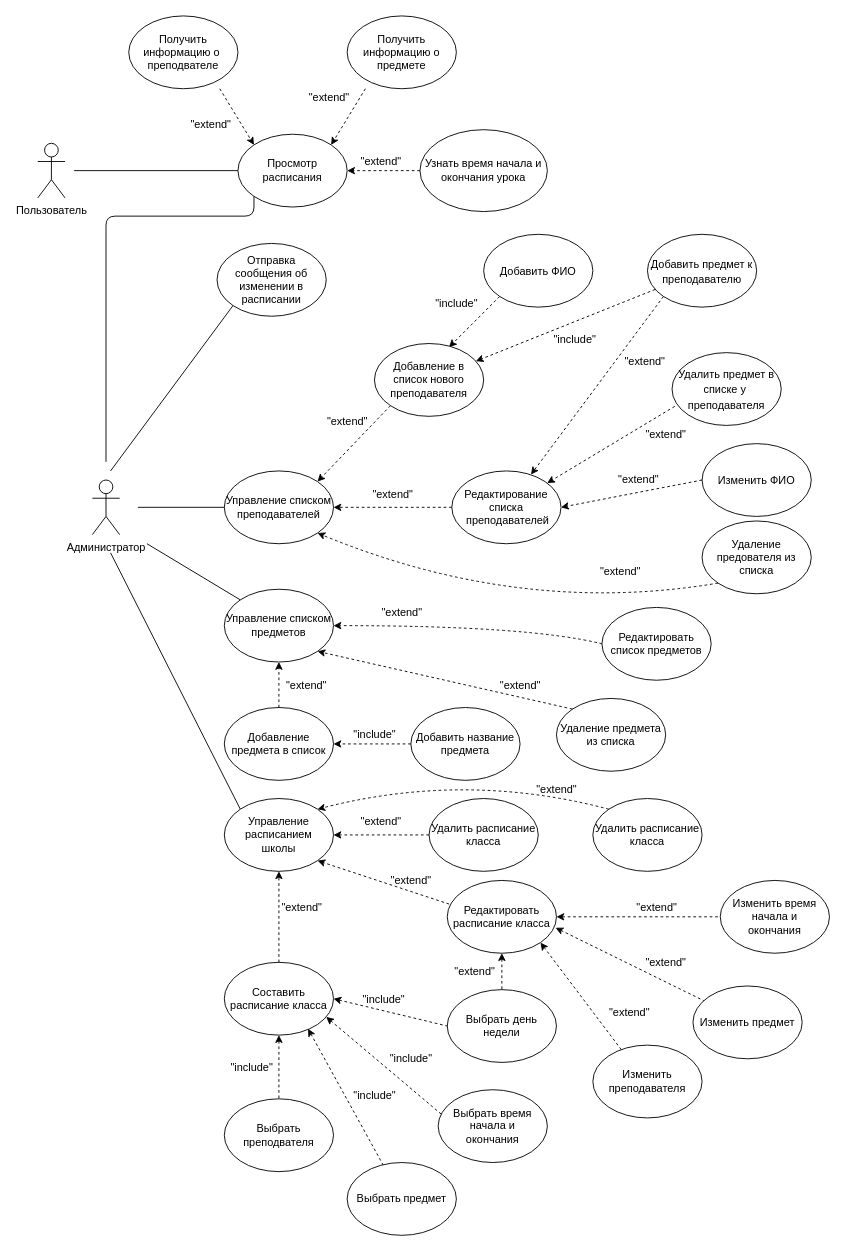
D-Black-N/TRPS keeps this draw.io diagram as диаграмма_вариантов_использования.drawio. Above is the earlier version. Source tidied: cells renumbered, new cells numbered last; positions are measured from the earlier drawing's top-left corner, leaving out a move shared by most shapes. Both pictures are drawn from the tidied source at 91%, with x=0, y=0 at pixel (37, 15).
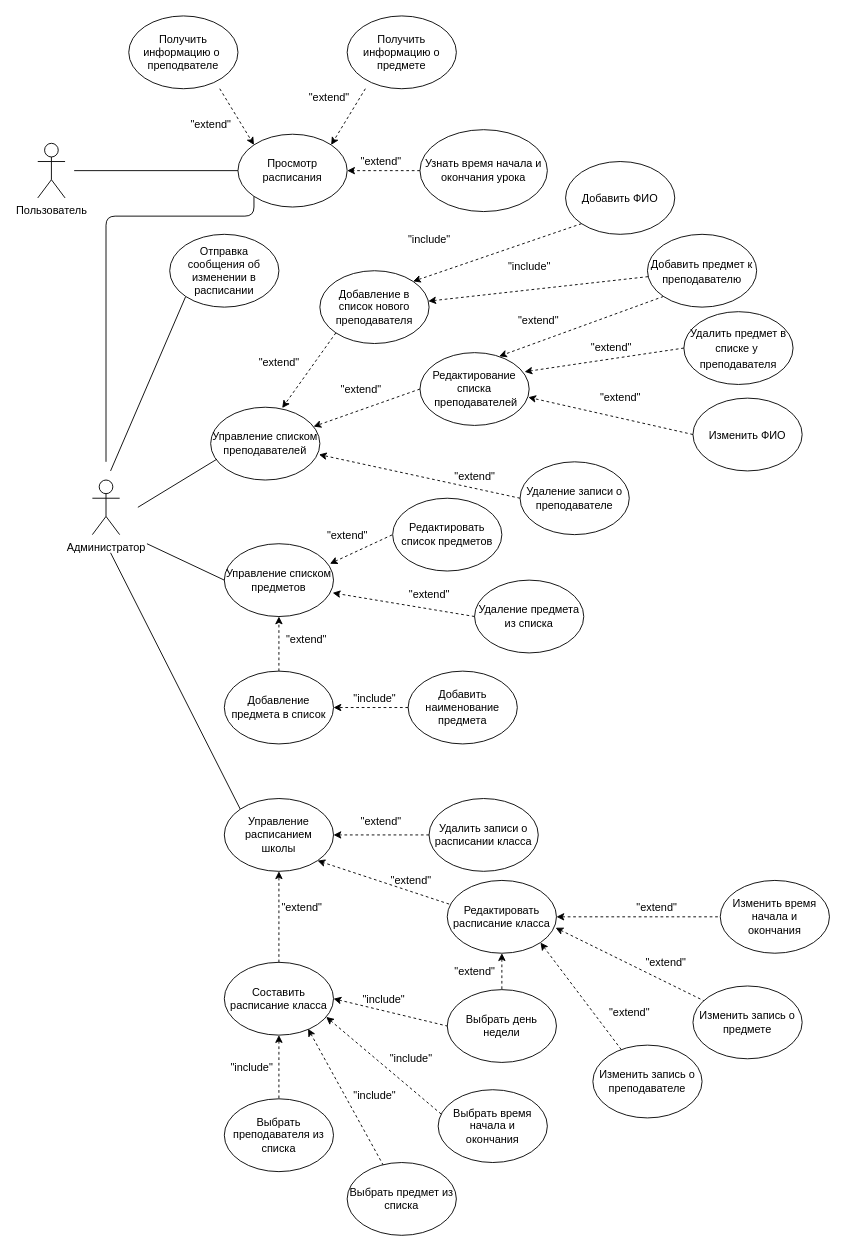
The same page after the edit.

Unchanged cells that the change refers to:
```xml
<mxCell id="59" value="Управление расписанием &lt;br&gt;школы" style="ellipse;whiteSpace=wrap;html=1;fontFamily=Helvetica;fontSize=12;strokeWidth=1;" parent="1" vertex="1">
  <mxGeometry x="205" y="860" width="120" height="80" as="geometry" />
</mxCell>
```

The edit, as a diff of the source:
```diff
@@
     <mxCell id="13" value="Отправка сообщения об изменении в расписании" style="ellipse;whiteSpace=wrap;html=1;strokeWidth=1;" parent="1" vertex="1">
-      <mxGeometry x="197" y="250" width="120" height="80" as="geometry" />
+      <mxGeometry x="145" y="240" width="120" height="80" as="geometry" />
     </mxCell>
     <mxCell id="14" value="&lt;font face=&quot;Helvetica&quot;&gt;Управление списком преподавателей&lt;/font&gt;" style="ellipse;whiteSpace=wrap;html=1;fontFamily=Times New Roman;strokeWidth=1;" parent="1" vertex="1">
-      <mxGeometry x="205" y="500" width="120" height="80" as="geometry" />
+      <mxGeometry x="190" y="430" width="120" height="80" as="geometry" />
     </mxCell>
-    <mxCell id="15" style="endArrow=none;html=1;rounded=0;fontFamily=Times New Roman;strokeWidth=1;entryX=0;entryY=0.5;entryDx=0;entryDy=0;" parent="1" edge="1" target="14">
+    <mxCell id="15" style="endArrow=none;html=1;rounded=0;fontFamily=Times New Roman;strokeWidth=1;entryX=0.058;entryY=0.713;entryDx=0;entryDy=0;entryPerimeter=0;" parent="1" edge="1" target="14">
       <mxGeometry relative="1" as="geometry">
         <mxPoint x="110" y="540" as="sourcePoint" />
       </mxGeometry>
     </mxCell>
     <mxCell id="16" value="&lt;font style=&quot;font-size: 12px&quot;&gt;Добавить ФИО&lt;/font&gt;" style="ellipse;whiteSpace=wrap;html=1;fontFamily=Helvetica;fontSize=14;strokeWidth=1;" parent="1" vertex="1">
-      <mxGeometry x="490" y="240" width="120" height="80" as="geometry" />
+      <mxGeometry x="580" y="160" width="120" height="80" as="geometry" />
     </mxCell>
@@
-    <mxCell id="18" style="endArrow=classic;html=1;rounded=0;fontFamily=Helvetica;fontSize=12;strokeWidth=1;entryX=0.683;entryY=0.05;entryDx=0;entryDy=0;dashed=1;exitX=0;exitY=1;exitDx=0;exitDy=0;entryPerimeter=0;" parent="1" edge="1" source="16" target="37">
+    <mxCell id="18" style="endArrow=classic;html=1;rounded=0;fontFamily=Helvetica;fontSize=12;strokeWidth=1;entryX=1;entryY=0;entryDx=0;entryDy=0;dashed=1;exitX=0;exitY=1;exitDx=0;exitDy=0;" parent="1" edge="1" source="16" target="37">
       <mxGeometry relative="1" as="geometry" />
     </mxCell>
@@
     <mxCell id="20" value="&lt;h3&gt;&lt;font style=&quot;font-weight: normal ; font-size: 12px&quot;&gt;&quot;include&quot;&lt;/font&gt;&lt;/h3&gt;" style="text;html=1;align=center;verticalAlign=middle;strokeColor=none;fillColor=none;rotation=0;strokeWidth=1;" parent="1" vertex="1">
-      <mxGeometry x="430" y="290" width="60" height="50" as="geometry" />
+      <mxGeometry x="400" y="220" width="60" height="50" as="geometry" />
     </mxCell>
     <mxCell id="21" value="&lt;h3&gt;&lt;font style=&quot;font-weight: normal ; font-size: 12px&quot;&gt;&quot;extend&quot;&lt;/font&gt;&lt;/h3&gt;" style="text;html=1;align=center;verticalAlign=middle;strokeColor=none;fillColor=none;rotation=0;strokeWidth=1;" parent="1" vertex="1">
-      <mxGeometry x="360" y="500" width="60" height="50" as="geometry" />
+      <mxGeometry x="325" y="385" width="60" height="50" as="geometry" />
     </mxCell>
     <mxCell id="22" value="Управление списком предметов" style="ellipse;whiteSpace=wrap;html=1;fontFamily=Helvetica;fontSize=12;strokeWidth=1;" parent="1" vertex="1">
-      <mxGeometry x="205" y="630" width="120" height="80" as="geometry" />
+      <mxGeometry x="205" y="580" width="120" height="80" as="geometry" />
     </mxCell>
@@
     <mxCell id="24" value="Добавление предмета в список" style="ellipse;whiteSpace=wrap;html=1;fontFamily=Helvetica;fontSize=12;strokeWidth=1;" parent="1" vertex="1">
-      <mxGeometry x="205" y="760" width="120" height="80" as="geometry" />
+      <mxGeometry x="205" y="720" width="120" height="80" as="geometry" />
     </mxCell>
     <mxCell id="25" value="&lt;h3&gt;&lt;font style=&quot;font-weight: normal ; font-size: 12px&quot;&gt;&quot;extend&quot;&lt;/font&gt;&lt;/h3&gt;" style="text;html=1;align=center;verticalAlign=middle;strokeColor=none;fillColor=none;rotation=0;strokeWidth=1;" parent="1" vertex="1">
-      <mxGeometry x="265" y="710" width="60" height="50" as="geometry" />
+      <mxGeometry x="265" y="660" width="60" height="50" as="geometry" />
     </mxCell>
     <mxCell id="26" value="Редактирование списка&lt;br&gt;&amp;nbsp;преподавателей" style="ellipse;whiteSpace=wrap;html=1;fontFamily=Helvetica;fontSize=12;strokeWidth=1;" parent="1" vertex="1">
-      <mxGeometry x="455" y="500" width="120" height="80" as="geometry" />
+      <mxGeometry x="420" y="370" width="120" height="80" as="geometry" />
     </mxCell>
-    <mxCell id="27" value="Удаление предователя из списка" style="ellipse;whiteSpace=wrap;html=1;fontFamily=Helvetica;fontSize=12;strokeWidth=1;" parent="1" vertex="1">
-      <mxGeometry x="730" y="555" width="120" height="80" as="geometry" />
+    <mxCell id="27" value="Удаление записи о преподавателе" style="ellipse;whiteSpace=wrap;html=1;fontFamily=Helvetica;fontSize=12;strokeWidth=1;" parent="1" vertex="1">
+      <mxGeometry x="530" y="490" width="120" height="80" as="geometry" />
     </mxCell>
-    <mxCell id="28" style="endArrow=classic;html=1;rounded=0;fontFamily=Helvetica;fontSize=12;strokeWidth=1;entryX=1;entryY=0.5;entryDx=0;entryDy=0;exitX=0;exitY=0.5;exitDx=0;exitDy=0;endFill=1;dashed=1;" parent="1" edge="1" source="26" target="14">
+    <mxCell id="28" style="endArrow=classic;html=1;rounded=0;fontFamily=Helvetica;fontSize=12;strokeWidth=1;exitX=0;exitY=0.5;exitDx=0;exitDy=0;endFill=1;dashed=1;" parent="1" edge="1" source="26" target="14">
       <mxGeometry relative="1" as="geometry" />
     </mxCell>
-    <mxCell id="29" style="endArrow=classic;html=1;fontFamily=Helvetica;fontSize=12;strokeWidth=1;entryX=1;entryY=1;entryDx=0;entryDy=0;exitX=0;exitY=1;exitDx=0;exitDy=0;dashed=1;curved=1;" parent="1" edge="1" source="27" target="14">
-      <mxGeometry relative="1" as="geometry">
-        <Array as="points">
-          <mxPoint x="530" y="660" />
-        </Array>
-      </mxGeometry>
-    </mxCell>
     <mxCell id="30" value="&lt;h3&gt;&lt;font style=&quot;font-weight: normal ; font-size: 12px&quot;&gt;&quot;extend&quot;&lt;/font&gt;&lt;/h3&gt;" style="text;html=1;align=center;verticalAlign=middle;strokeColor=none;fillColor=none;rotation=0;strokeWidth=1;" parent="1" vertex="1">
-      <mxGeometry x="610" y="585" width="60" height="50" as="geometry" />
+      <mxGeometry x="450" y="480" width="60" height="50" as="geometry" />
     </mxCell>
     <mxCell id="31" value="Редактировать список предметов" style="ellipse;whiteSpace=wrap;html=1;fontFamily=Helvetica;fontSize=12;strokeWidth=1;" parent="1" vertex="1">
-      <mxGeometry x="620" y="650" width="120" height="80" as="geometry" />
+      <mxGeometry x="390" y="530" width="120" height="80" as="geometry" />
     </mxCell>
     <mxCell id="32" value="Удаление предмета из списка" style="ellipse;whiteSpace=wrap;html=1;fontFamily=Helvetica;fontSize=12;strokeWidth=1;" parent="1" vertex="1">
-      <mxGeometry x="570" y="750" width="120" height="80" as="geometry" />
+      <mxGeometry x="480" y="620" width="120" height="80" as="geometry" />
     </mxCell>
     <mxCell id="33" value="&lt;h3&gt;&lt;font style=&quot;font-weight: normal ; font-size: 12px&quot;&gt;&quot;extend&quot;&lt;/font&gt;&lt;/h3&gt;" style="text;html=1;align=center;verticalAlign=middle;strokeColor=none;fillColor=none;rotation=0;strokeWidth=1;" parent="1" vertex="1">
-      <mxGeometry x="500" y="710" width="60" height="50" as="geometry" />
+      <mxGeometry x="400" y="610" width="60" height="50" as="geometry" />
     </mxCell>
-    <mxCell id="34" style="endArrow=none;html=1;rounded=0;endFill=0;entryX=0;entryY=0;entryDx=0;entryDy=0;" parent="1" edge="1" target="22">
+    <mxCell id="34" style="endArrow=none;html=1;rounded=0;endFill=0;entryX=0;entryY=0.5;entryDx=0;entryDy=0;" parent="1" edge="1" target="22">
       <mxGeometry relative="1" as="geometry">
         <mxPoint x="120" y="580" as="sourcePoint" />
       </mxGeometry>
     </mxCell>
@@
     <mxCell id="37" value="Добавление в список нового преподавателя" style="ellipse;whiteSpace=wrap;html=1;fontFamily=Helvetica;fontSize=12;strokeWidth=1;" parent="1" vertex="1">
-      <mxGeometry x="370" y="360" width="120" height="80" as="geometry" />
+      <mxGeometry x="310" y="280" width="120" height="80" as="geometry" />
     </mxCell>
-    <mxCell id="38" style="endArrow=classic;html=1;rounded=0;fontFamily=Helvetica;fontSize=12;strokeWidth=1;entryX=1;entryY=0;entryDx=0;entryDy=0;exitX=0;exitY=1;exitDx=0;exitDy=0;endFill=1;dashed=1;" parent="1" edge="1" source="37" target="14">
+    <mxCell id="38" style="endArrow=classic;html=1;rounded=0;fontFamily=Helvetica;fontSize=12;strokeWidth=1;entryX=0.655;entryY=0.011;entryDx=0;entryDy=0;exitX=0;exitY=1;exitDx=0;exitDy=0;endFill=1;dashed=1;entryPerimeter=0;" parent="1" edge="1" source="37" target="14">
       <mxGeometry relative="1" as="geometry" />
     </mxCell>
     <mxCell id="39" value="&lt;h3&gt;&lt;font style=&quot;font-weight: normal ; font-size: 12px&quot;&gt;&quot;include&quot;&lt;/font&gt;&lt;/h3&gt;" style="text;html=1;align=center;verticalAlign=middle;strokeColor=none;fillColor=none;rotation=0;strokeWidth=1;" parent="1" vertex="1">
-      <mxGeometry x="560" y="330" width="60" height="50" as="geometry" />
+      <mxGeometry x="510" y="250" width="60" height="50" as="geometry" />
     </mxCell>
     <mxCell id="40" value="&lt;h3&gt;&lt;font style=&quot;font-weight: normal ; font-size: 12px&quot;&gt;&quot;extend&quot;&lt;/font&gt;&lt;/h3&gt;" style="text;html=1;align=center;verticalAlign=middle;strokeColor=none;fillColor=none;rotation=0;strokeWidth=1;" parent="1" vertex="1">
-      <mxGeometry x="310" y="420" width="60" height="50" as="geometry" />
+      <mxGeometry x="235" y="355" width="60" height="50" as="geometry" />
     </mxCell>
     <mxCell id="41" value="&lt;font style=&quot;font-size: 12px&quot;&gt;Удалить предмет в списке у&amp;nbsp; преподавателя&lt;/font&gt;" style="ellipse;whiteSpace=wrap;html=1;fontFamily=Helvetica;fontSize=14;strokeWidth=1;" parent="1" vertex="1">
-      <mxGeometry x="697" y="370" width="120" height="80" as="geometry" />
+      <mxGeometry x="710" y="325" width="120" height="80" as="geometry" />
     </mxCell>
     <mxCell id="42" value="&lt;font style=&quot;font-size: 12px&quot;&gt;Изменить ФИО&lt;/font&gt;" style="ellipse;whiteSpace=wrap;html=1;fontFamily=Helvetica;fontSize=14;strokeWidth=1;" parent="1" vertex="1">
-      <mxGeometry x="730" y="470" width="120" height="80" as="geometry" />
+      <mxGeometry x="720" y="420" width="120" height="80" as="geometry" />
     </mxCell>
-    <mxCell id="43" style="endArrow=classic;html=1;rounded=0;fontFamily=Helvetica;fontSize=12;strokeWidth=1;dashed=1;exitX=0.025;exitY=0.738;exitDx=0;exitDy=0;exitPerimeter=0;" parent="1" edge="1" source="41" target="26">
+    <mxCell id="43" style="endArrow=classic;html=1;rounded=0;fontFamily=Helvetica;fontSize=12;strokeWidth=1;dashed=1;exitX=0;exitY=0.5;exitDx=0;exitDy=0;entryX=0.958;entryY=0.263;entryDx=0;entryDy=0;entryPerimeter=0;" parent="1" edge="1" source="41" target="26">
       <mxGeometry relative="1" as="geometry" />
     </mxCell>
     <mxCell id="44" value="&quot;extend&quot;" style="text;html=1;align=center;verticalAlign=middle;strokeColor=none;fillColor=none;" parent="1" vertex="1">
-      <mxGeometry x="660" y="450" width="60" height="20" as="geometry" />
+      <mxGeometry x="600" y="355" width="60" height="20" as="geometry" />
     </mxCell>
-    <mxCell id="45" style="endArrow=classic;html=1;rounded=0;dashed=1;exitX=0;exitY=0.5;exitDx=0;exitDy=0;entryX=1;entryY=0.5;entryDx=0;entryDy=0;" parent="1" edge="1" source="42" target="26">
+    <mxCell id="45" style="endArrow=classic;html=1;rounded=0;dashed=1;exitX=0;exitY=0.5;exitDx=0;exitDy=0;entryX=0.992;entryY=0.613;entryDx=0;entryDy=0;entryPerimeter=0;" parent="1" edge="1" source="42" target="26">
       <mxGeometry relative="1" as="geometry" />
     </mxCell>
     <mxCell id="46" value="&quot;extend&quot;" style="text;html=1;align=center;verticalAlign=middle;strokeColor=none;fillColor=none;" parent="1" vertex="1">
-      <mxGeometry x="630" y="500" width="60" height="20" as="geometry" />
+      <mxGeometry x="610" y="410" width="60" height="20" as="geometry" />
     </mxCell>
@@
     <mxCell id="48" value="&quot;extend&quot;" style="text;html=1;align=center;verticalAlign=middle;strokeColor=none;fillColor=none;" parent="1" vertex="1">
-      <mxGeometry x="637" y="370" width="60" height="20" as="geometry" />
+      <mxGeometry x="520" y="325" width="60" height="20" as="geometry" />
     </mxCell>
     <mxCell id="49" value="&lt;h3&gt;&lt;font style=&quot;font-weight: normal ; font-size: 12px&quot;&gt;&quot;extend&quot;&lt;/font&gt;&lt;/h3&gt;" style="text;html=1;align=center;verticalAlign=middle;strokeColor=none;fillColor=none;rotation=0;strokeWidth=1;" parent="1" vertex="1">
-      <mxGeometry x="370" y="630" width="60" height="50" as="geometry" />
+      <mxGeometry x="310" y="545" width="60" height="50" as="geometry" />
     </mxCell>
-    <mxCell id="50" style="endArrow=classic;html=1;rounded=0;dashed=1;entryX=1;entryY=1;entryDx=0;entryDy=0;exitX=0;exitY=0;exitDx=0;exitDy=0;" parent="1" edge="1" source="32" target="22">
+    <mxCell id="50" style="endArrow=classic;html=1;rounded=0;dashed=1;exitX=0;exitY=0.5;exitDx=0;exitDy=0;entryX=0.992;entryY=0.675;entryDx=0;entryDy=0;entryPerimeter=0;" parent="1" edge="1" source="32" target="22">
       <mxGeometry relative="1" as="geometry" />
     </mxCell>
-    <mxCell id="51" style="endArrow=classic;html=1;fontFamily=Helvetica;fontSize=12;strokeWidth=1;exitX=0;exitY=0.5;exitDx=0;exitDy=0;dashed=1;curved=1;" parent="1" edge="1" source="31" target="22">
-      <mxGeometry relative="1" as="geometry">
-        <Array as="points">
-          <mxPoint x="540" y="670" />
-        </Array>
-      </mxGeometry>
-    </mxCell>
-    <mxCell id="52" value="Добавить название предмета" style="ellipse;whiteSpace=wrap;html=1;fontFamily=Helvetica;fontSize=12;strokeWidth=1;" parent="1" vertex="1">
-      <mxGeometry x="410" y="760" width="120" height="80" as="geometry" />
+    <mxCell id="52" value="Добавить наименование предмета" style="ellipse;whiteSpace=wrap;html=1;fontFamily=Helvetica;fontSize=12;strokeWidth=1;" parent="1" vertex="1">
+      <mxGeometry x="407" y="720" width="120" height="80" as="geometry" />
     </mxCell>
@@
     <mxCell id="54" value="&quot;include&quot;" style="text;html=1;align=center;verticalAlign=middle;strokeColor=none;fillColor=none;" parent="1" vertex="1">
-      <mxGeometry x="340" y="780" width="60" height="20" as="geometry" />
+      <mxGeometry x="340" y="740" width="60" height="20" as="geometry" />
     </mxCell>
@@
-    <mxCell id="57" value="Выбрать преподвателя" style="ellipse;whiteSpace=wrap;html=1;strokeWidth=1;" parent="1" vertex="1">
+    <mxCell id="57" value="Выбрать преподавателя из списка" style="ellipse;whiteSpace=wrap;html=1;strokeWidth=1;" parent="1" vertex="1">
       <mxGeometry x="205" y="1190" width="120" height="80" as="geometry" />
     </mxCell>
-    <mxCell id="58" value="Выбрать предмет" style="ellipse;whiteSpace=wrap;html=1;strokeWidth=1;" parent="1" vertex="1">
+    <mxCell id="58" value="Выбрать предмет из списка" style="ellipse;whiteSpace=wrap;html=1;strokeWidth=1;" parent="1" vertex="1">
       <mxGeometry x="340" y="1260" width="120" height="80" as="geometry" />
     </mxCell>
@@
-    <mxCell id="62" value="Удалить расписание класса" style="ellipse;whiteSpace=wrap;html=1;fontFamily=Helvetica;fontSize=12;strokeWidth=1;" parent="1" vertex="1">
+    <mxCell id="62" value="Удалить записи о расписании класса" style="ellipse;whiteSpace=wrap;html=1;fontFamily=Helvetica;fontSize=12;strokeWidth=1;" parent="1" vertex="1">
       <mxGeometry x="430" y="860" width="120" height="80" as="geometry" />
     </mxCell>
@@
-    <mxCell id="78" value="Удалить расписание класса" style="ellipse;whiteSpace=wrap;html=1;fontFamily=Helvetica;fontSize=12;strokeWidth=1;" parent="1" vertex="1">
-      <mxGeometry x="610" y="860" width="120" height="80" as="geometry" />
-    </mxCell>
-    <mxCell id="79" style="endArrow=classic;html=1;dashed=1;exitX=0;exitY=0;exitDx=0;exitDy=0;entryX=1;entryY=0;entryDx=0;entryDy=0;curved=1;" parent="1" edge="1" source="78" target="59">
-      <mxGeometry relative="1" as="geometry">
-        <Array as="points">
-          <mxPoint x="470" y="830" />
-        </Array>
-      </mxGeometry>
-    </mxCell>
-    <mxCell id="80" value="&quot;extend&quot;" style="text;html=1;align=center;verticalAlign=middle;strokeColor=none;fillColor=none;" parent="1" vertex="1">
-      <mxGeometry x="540" y="840" width="60" height="20" as="geometry" />
-    </mxCell>
@@
-    <mxCell id="82" value="Изменить преподавателя" style="ellipse;whiteSpace=wrap;html=1;strokeWidth=1;" parent="1" vertex="1">
+    <mxCell id="82" value="Изменить запись о преподавателе" style="ellipse;whiteSpace=wrap;html=1;strokeWidth=1;" parent="1" vertex="1">
       <mxGeometry x="610" y="1131" width="120" height="80" as="geometry" />
     </mxCell>
-    <mxCell id="83" value="Изменить предмет" style="ellipse;whiteSpace=wrap;html=1;strokeWidth=1;" parent="1" vertex="1">
+    <mxCell id="83" value="Изменить запись о предмете" style="ellipse;whiteSpace=wrap;html=1;strokeWidth=1;" parent="1" vertex="1">
       <mxGeometry x="720" y="1066" width="120" height="80" as="geometry" />
     </mxCell>
@@
+    <mxCell id="29" style="endArrow=classic;html=1;rounded=0;entryX=0.992;entryY=0.65;entryDx=0;entryDy=0;entryPerimeter=0;exitX=0;exitY=0.5;exitDx=0;exitDy=0;dashed=1;" parent="1" edge="1" source="27" target="14">
+      <mxGeometry relative="1" as="geometry" />
+    </mxCell>
+    <mxCell id="95" style="endArrow=none;dashed=1;html=1;rounded=0;entryX=0;entryY=0.5;entryDx=0;entryDy=0;exitX=0.967;exitY=0.275;exitDx=0;exitDy=0;startArrow=classic;startFill=1;exitPerimeter=0;" parent="1" edge="1" source="22" target="31">
+      <mxGeometry relative="1" as="geometry" />
+    </mxCell>
```
